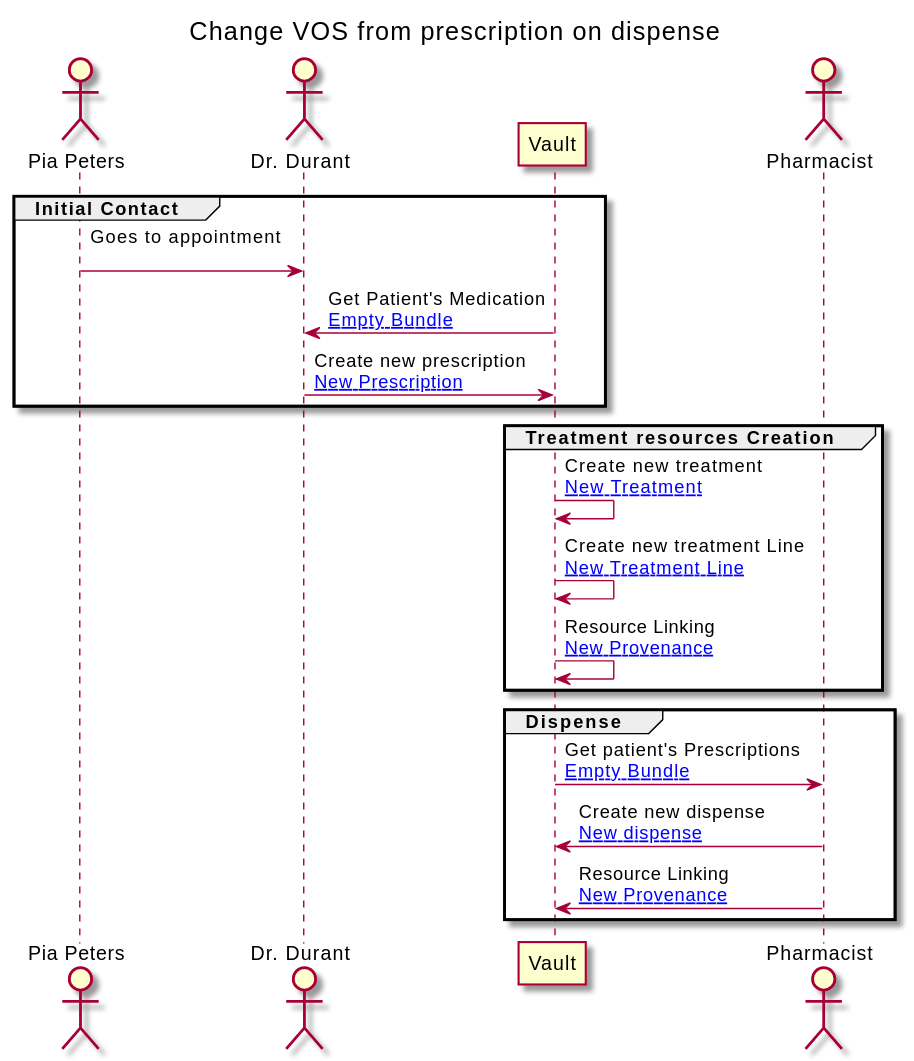
Above: branches/master/ExampleScenario-example-2-scenario.svg in jcostateixeira/riziv-medication-record (PlantUML), before the change.
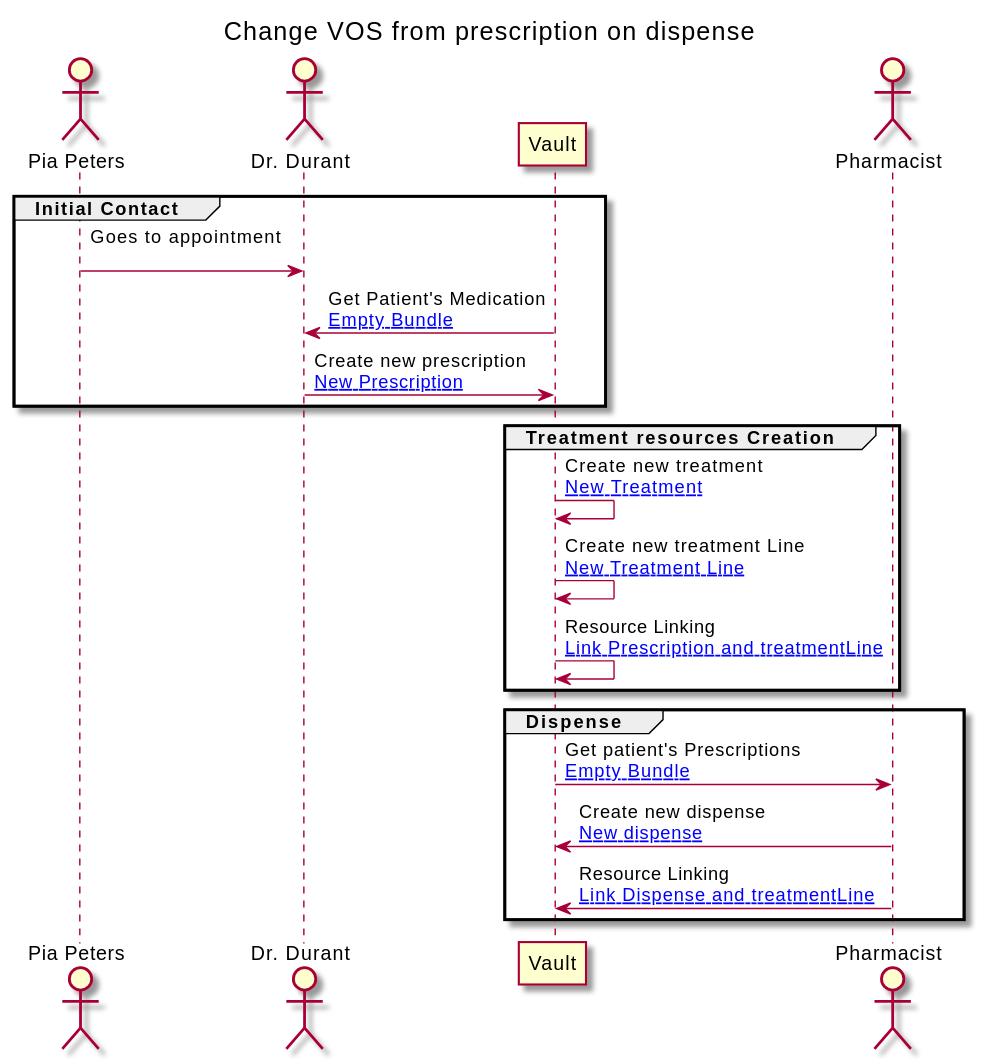
The same file after the commit.

Diff of the diagram source:
```diff
@@ -24,14 +24,14 @@
 
 VAULT -> VAULT : Create new treatment\n[[ExampleScenario-example-2-scenario-resources.html#2a-treatment New Treatment]]
 VAULT -> VAULT : Create new treatment Line\n[[ExampleScenario-example-2-scenario-resources.html#2a-treatmentLine New Treatment Line]]
-VAULT -> VAULT : Resource Linking\n[[ExampleScenario-example-2-scenario-resources.html#2-1-provenance New Provenance]]
+VAULT -> VAULT : Resource Linking\n[[ExampleScenario-example-2-scenario-resources.html#2-1-provenance Link Prescription and treatmentLine]]
 end
 
 group Dispense
 
 VAULT -> PHARM : Get patient's Prescriptions\n[[ExampleScenario-example-2-scenario-resources.html#EB Empty Bundle]]
 PHARM -> VAULT : Create new dispense\n[[ExampleScenario-example-2-scenario-resources.html#2a-dispense New dispense]]
-PHARM -> VAULT : Resource Linking\n[[ExampleScenario-example-2-scenario-resources.html#2-2-provenance New Provenance]]
+PHARM -> VAULT : Resource Linking\n[[ExampleScenario-example-2-scenario-resources.html#2-2-provenance Link Dispense and treatmentLine]]
 end
 
 
```
